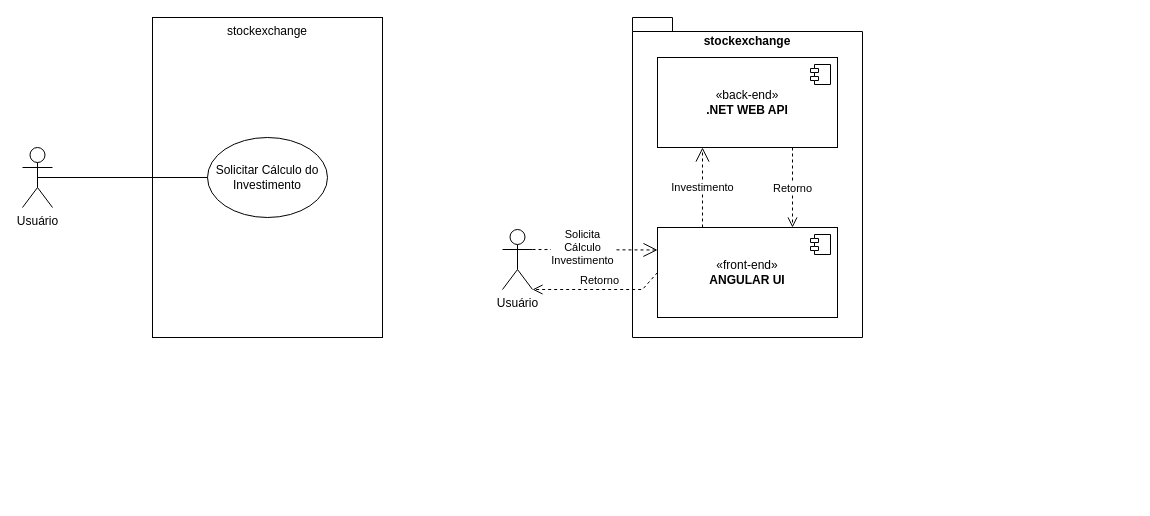
Before: stockexchange.drawio in rodrigocdellu/stockexchange, a draw.io diagram. Source tidied: cells renumbered, new cells numbered last; positions are measured from the earlier drawing's top-left corner, leaving out a move shared by most shapes. Both pictures are drawn from the tidied source at 100%, with x=0, y=0 at pixel (22, 17).
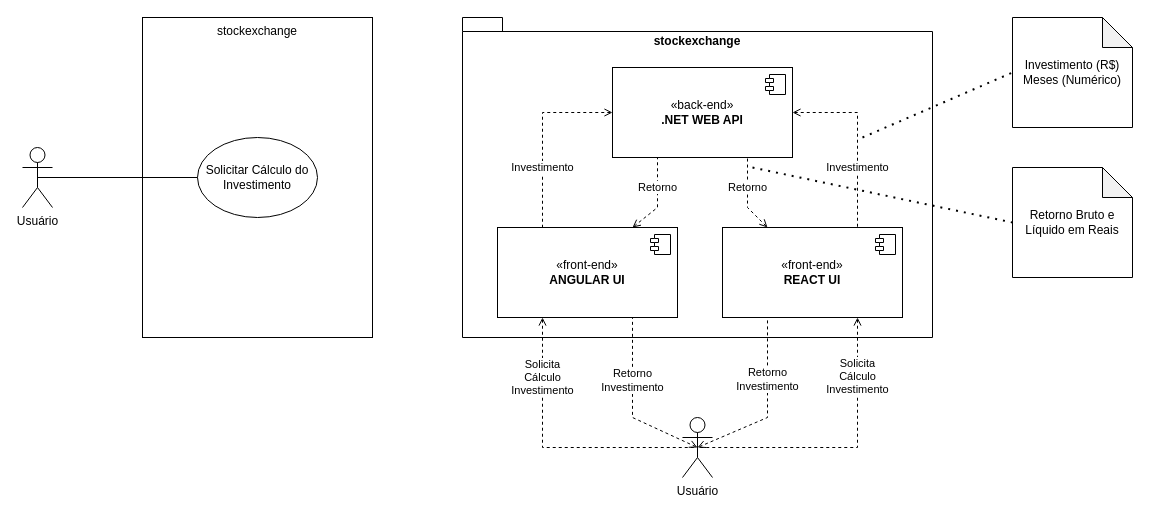
After the change.

Commit message:
Adding ReactUI to the diagram.

Change to the diagram source:
```diff
@@
     <mxCell id="2" value="stockexchange" style="shape=folder;fontStyle=1;spacingTop=10;tabWidth=40;tabHeight=14;tabPosition=left;html=1;whiteSpace=wrap;verticalAlign=top;" parent="1" vertex="1">
-      <mxGeometry x="610" width="230" height="320" as="geometry" />
+      <mxGeometry x="440" width="470" height="320" as="geometry" />
     </mxCell>
     <mxCell id="3" value="stockexchange" style="rounded=0;whiteSpace=wrap;html=1;verticalAlign=top;" parent="1" vertex="1">
-      <mxGeometry x="130" width="230" height="320" as="geometry" />
+      <mxGeometry x="120" width="230" height="320" as="geometry" />
     </mxCell>
@@
     <mxCell id="5" value="Solicitar Cálculo do Investimento" style="ellipse;whiteSpace=wrap;html=1;" parent="1" vertex="1">
-      <mxGeometry x="185" y="120" width="120" height="80" as="geometry" />
+      <mxGeometry x="175" y="120" width="120" height="80" as="geometry" />
     </mxCell>
@@
     <mxCell id="7" value="«back-end»&lt;br&gt;&lt;b&gt;.NET WEB API&lt;/b&gt;" style="html=1;whiteSpace=wrap;" parent="1" vertex="1">
-      <mxGeometry x="635" y="40" width="180" height="90" as="geometry" />
+      <mxGeometry x="590" y="50" width="180" height="90" as="geometry" />
     </mxCell>
@@
     <mxCell id="9" value="«front-end»&lt;br&gt;&lt;b&gt;ANGULAR UI&lt;/b&gt;" style="html=1;whiteSpace=wrap;" parent="1" vertex="1">
-      <mxGeometry x="635" y="210" width="180" height="90" as="geometry" />
+      <mxGeometry x="475" y="210" width="180" height="90" as="geometry" />
     </mxCell>
@@
     <mxCell id="11" value="Usuário" style="shape=umlActor;verticalLabelPosition=bottom;verticalAlign=top;html=1;outlineConnect=0;" parent="1" vertex="1">
-      <mxGeometry x="480" y="212" width="30" height="60" as="geometry" />
+      <mxGeometry x="660" y="400" width="30" height="60" as="geometry" />
     </mxCell>
-    <mxCell id="12" value="Solicita&lt;div&gt;Cálculo&lt;br&gt;Investimento&lt;/div&gt;" style="endArrow=open;endSize=12;dashed=1;html=1;rounded=0;entryX=0;entryY=0.25;entryDx=0;entryDy=0;exitX=1;exitY=0.3333333333333333;exitDx=0;exitDy=0;exitPerimeter=0;" parent="1" edge="1" source="11" target="9">
-      <mxGeometry x="-0.2" y="2" relative="1" as="geometry" />
+    <mxCell id="12" value="Retorno&lt;div&gt;Investimento&lt;/div&gt;" style="endArrow=none;endSize=12;dashed=1;html=1;rounded=0;entryX=0.75;entryY=1;entryDx=0;entryDy=0;exitX=0.5;exitY=0.5;exitDx=0;exitDy=0;exitPerimeter=0;startArrow=open;startFill=0;" parent="1" edge="1" source="11" target="9">
+      <mxGeometry x="0.27" relative="1" as="geometry">
+        <Array as="points">
+          <mxPoint x="610" y="400" />
+        </Array>
+      </mxGeometry>
     </mxCell>
+    <mxCell id="16" value="«front-end»&lt;br&gt;&lt;b&gt;REACT UI&lt;/b&gt;" style="html=1;whiteSpace=wrap;" parent="1" vertex="1">
+      <mxGeometry x="700" y="210" width="180" height="90" as="geometry" />
+    </mxCell>
+    <mxCell id="17" style="shape=module;jettyWidth=8;jettyHeight=4;" parent="16" vertex="1">
+      <mxGeometry x="1" width="20" height="20" relative="1" as="geometry">
+        <mxPoint x="-27" y="7" as="offset" />
+      </mxGeometry>
+    </mxCell>
+    <mxCell id="15" value="Solicita&lt;div&gt;Cálculo&lt;br&gt;&lt;/div&gt;&lt;span style=&quot;background-color: light-dark(#ffffff, var(--ge-dark-color, #121212)); color: light-dark(rgb(0, 0, 0), rgb(255, 255, 255));&quot;&gt;Investimento&lt;/span&gt;" style="endArrow=none;endSize=12;dashed=1;html=1;rounded=0;exitX=0.25;exitY=1;exitDx=0;exitDy=0;entryX=0.5;entryY=0.5;entryDx=0;entryDy=0;entryPerimeter=0;startArrow=open;startFill=0;" parent="1" edge="1" source="9" target="11">
+      <mxGeometry x="-0.58" relative="1" as="geometry">
+        <Array as="points">
+          <mxPoint x="520" y="430" />
+        </Array>
+      </mxGeometry>
+    </mxCell>
+    <mxCell id="18" value="Retorno&lt;div&gt;Investimento&lt;/div&gt;" style="endArrow=none;endSize=12;dashed=1;html=1;rounded=0;entryX=0.25;entryY=1;entryDx=0;entryDy=0;exitX=0.5;exitY=0.5;exitDx=0;exitDy=0;exitPerimeter=0;startArrow=open;startFill=0;" parent="1" edge="1" source="11" target="16">
+      <mxGeometry x="0.29" relative="1" as="geometry">
+        <Array as="points">
+          <mxPoint x="745" y="400" />
+        </Array>
+      </mxGeometry>
+    </mxCell>
+    <mxCell id="19" value="Solicita&lt;div&gt;Cálculo&lt;br&gt;&lt;/div&gt;&lt;span style=&quot;background-color: light-dark(#ffffff, var(--ge-dark-color, #121212)); color: light-dark(rgb(0, 0, 0), rgb(255, 255, 255));&quot;&gt;Investimento&lt;/span&gt;" style="endArrow=none;endSize=12;dashed=1;html=1;rounded=0;exitX=0.75;exitY=1;exitDx=0;exitDy=0;entryX=0.5;entryY=0.5;entryDx=0;entryDy=0;entryPerimeter=0;startArrow=open;startFill=0;" parent="1" edge="1" source="16" target="11">
+      <mxGeometry x="-0.59" relative="1" as="geometry">
+        <Array as="points">
+          <mxPoint x="835" y="430" />
+        </Array>
+      </mxGeometry>
+    </mxCell>
+    <mxCell id="20" value="Retorno Bruto e Líquido em Reais" style="shape=note;whiteSpace=wrap;html=1;backgroundOutline=1;darkOpacity=0.05;" parent="1" vertex="1">
+      <mxGeometry x="990" y="150" width="120" height="110" as="geometry" />
+    </mxCell>
+    <mxCell id="21" value="Investimento (R$)&lt;div&gt;Meses (Numérico)&lt;/div&gt;" style="shape=note;whiteSpace=wrap;html=1;backgroundOutline=1;darkOpacity=0.05;align=center;" parent="1" vertex="1">
+      <mxGeometry x="990" width="120" height="110" as="geometry" />
+    </mxCell>
+    <mxCell id="22" style="endArrow=none;dashed=1;html=1;dashPattern=1 3;strokeWidth=2;rounded=0;entryX=0;entryY=0.5;entryDx=0;entryDy=0;entryPerimeter=0;" parent="1" edge="1" target="20">
+      <mxGeometry relative="1" as="geometry">
+        <mxPoint x="730" y="150" as="sourcePoint" />
+      </mxGeometry>
+    </mxCell>
+    <mxCell id="23" style="endArrow=none;dashed=1;html=1;dashPattern=1 3;strokeWidth=2;rounded=0;entryX=0;entryY=0.5;entryDx=0;entryDy=0;entryPerimeter=0;" parent="1" edge="1" target="21">
+      <mxGeometry relative="1" as="geometry">
+        <mxPoint x="840" y="120" as="sourcePoint" />
+      </mxGeometry>
+    </mxCell>
+    <mxCell id="24" value="Investimento" style="endArrow=none;endSize=12;dashed=1;html=1;rounded=0;startArrow=open;startFill=0;exitX=1;exitY=0.5;exitDx=0;exitDy=0;entryX=0.75;entryY=0;entryDx=0;entryDy=0;" parent="1" edge="1" source="7" target="16">
+      <mxGeometry x="0.33" relative="1" as="geometry">
+        <Array as="points">
+          <mxPoint x="835" y="95" />
+        </Array>
+      </mxGeometry>
+    </mxCell>
+    <mxCell id="14" value="Investimento" style="endArrow=none;endSize=12;dashed=1;html=1;rounded=0;exitX=0;exitY=0.5;exitDx=0;exitDy=0;startArrow=open;startFill=0;entryX=0.25;entryY=0;entryDx=0;entryDy=0;" parent="1" edge="1" source="7" target="9">
+      <mxGeometry x="0.35" relative="1" as="geometry">
+        <Array as="points">
+          <mxPoint x="520" y="95" />
+        </Array>
+      </mxGeometry>
+    </mxCell>
-    <mxCell id="13" value="Investimento" style="endArrow=open;endSize=12;dashed=1;html=1;rounded=0;entryX=0.25;entryY=1;entryDx=0;entryDy=0;exitX=0.25;exitY=0;exitDx=0;exitDy=0;" parent="1" edge="1" source="9" target="7">
-      <mxGeometry relative="1" as="geometry" />
+    <mxCell id="13" value="Retorno" style="endArrow=none;endSize=12;dashed=1;html=1;rounded=0;entryX=0.25;entryY=1;entryDx=0;entryDy=0;exitX=0.75;exitY=0;exitDx=0;exitDy=0;startArrow=open;startFill=0;" parent="1" edge="1" source="9" target="7">
+      <mxGeometry x="0.27" relative="1" as="geometry">
+        <Array as="points">
+          <mxPoint x="635" y="190" />
+        </Array>
+      </mxGeometry>
     </mxCell>
-    <mxCell id="14" value="Retorno" style="html=1;verticalAlign=bottom;endArrow=open;dashed=1;endSize=8;curved=0;rounded=0;entryX=0.75;entryY=0;entryDx=0;entryDy=0;exitX=0.75;exitY=1;exitDx=0;exitDy=0;" parent="1" edge="1" source="7" target="9">
-      <mxGeometry x="0.25" relative="1" as="geometry" />
-    </mxCell>
-    <mxCell id="15" value="Retorno" style="html=1;verticalAlign=bottom;endArrow=open;dashed=1;endSize=8;curved=0;rounded=0;exitX=0;exitY=0.5;exitDx=0;exitDy=0;entryX=1;entryY=1;entryDx=0;entryDy=0;entryPerimeter=0;" parent="1" edge="1" source="9" target="11">
-      <mxGeometry relative="1" as="geometry">
-        <Array as="points">
-          <mxPoint x="620" y="272" />
-        </Array>
-      </mxGeometry>
-    </mxCell>
+    <mxCell id="25" value="Retorno" style="endArrow=none;endSize=12;dashed=1;html=1;rounded=0;entryX=0.75;entryY=1;entryDx=0;entryDy=0;startArrow=open;startFill=0;" parent="1" edge="1" target="7">
+      <mxGeometry x="0.23" relative="1" as="geometry">
+        <mxPoint x="745" y="210" as="sourcePoint" />
+        <Array as="points">
+          <mxPoint x="725" y="190" />
+        </Array>
+      </mxGeometry>
+    </mxCell>
```
